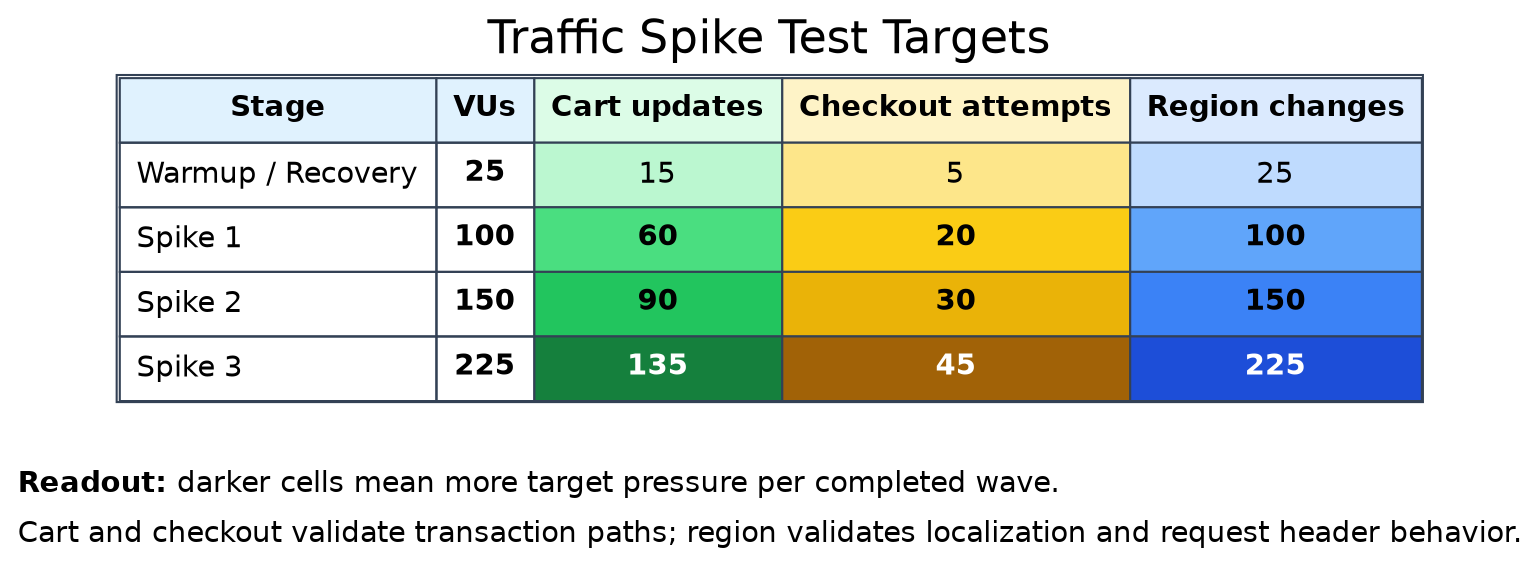
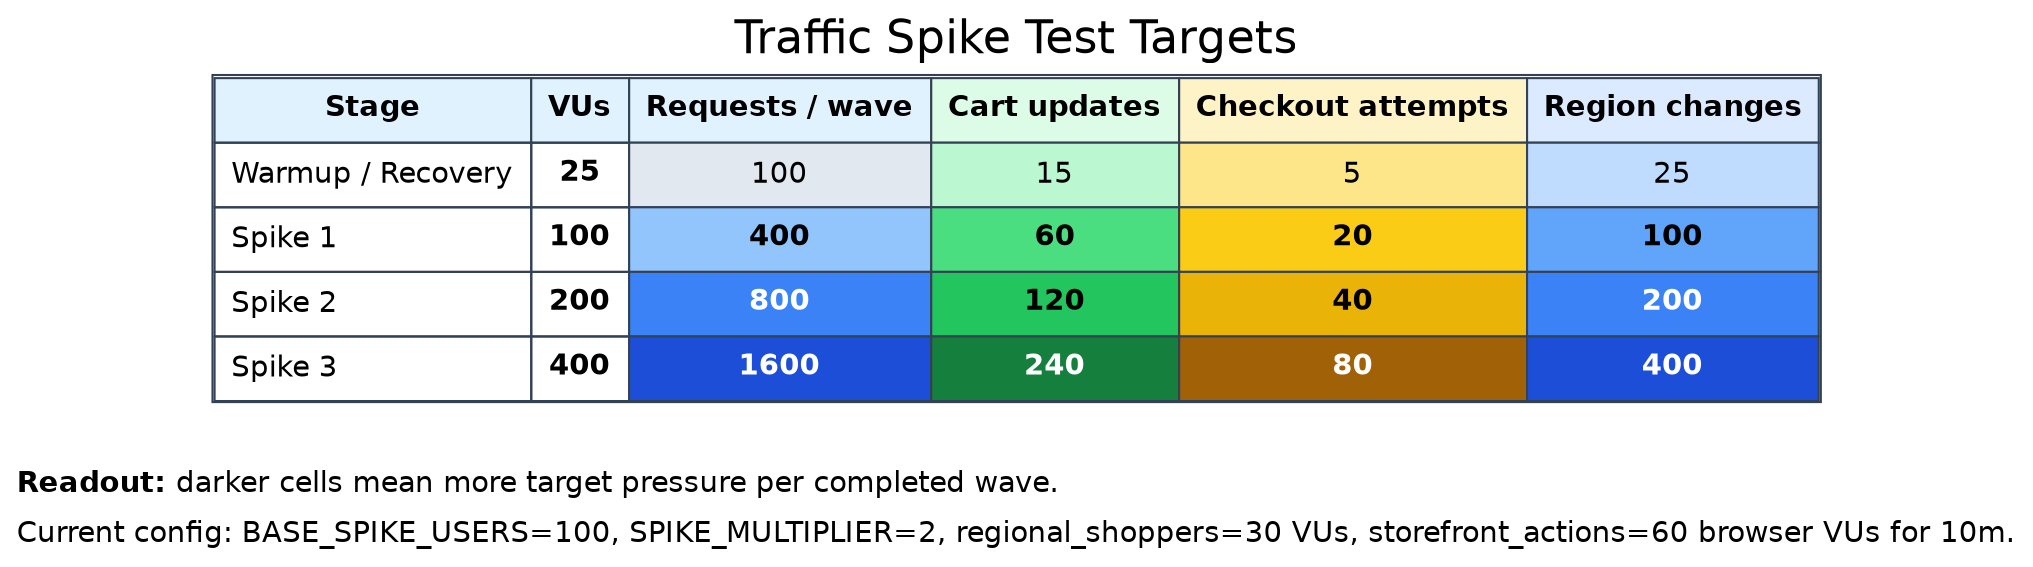
digraph traffic_spike_target_heatmap {
-   graph [
-     rankdir=TB,
-     labelloc=t,
-     label="Traffic Spike Test Targets",
-     fontsize=22,
-     fontname="Helvetica",
-     nodesep=0.35,
-     ranksep=0.4
-   ];
+   graph [rankdir=TB, labelloc=t, label="Traffic Spike Test Targets", fontsize=22, fontname="Helvetica", nodesep=0.35, ranksep=0.4];
+   node [shape=plain, fontname="Helvetica"];
+   edge [style=invis];

-   node [
-     shape=plain,
-     fontname="Helvetica"
-   ];
+   target_heatmap [label=<
+     <TABLE BORDER="1" CELLBORDER="1" CELLSPACING="0" CELLPADDING="7" COLOR="#334155">
+       <TR><TD BGCOLOR="#e0f2fe"><B>Stage</B></TD><TD BGCOLOR="#e0f2fe"><B>VUs</B></TD><TD BGCOLOR="#e0f2fe"><B>Requests / wave</B></TD><TD BGCOLOR="#dcfce7"><B>Cart updates</B></TD><TD BGCOLOR="#fef3c7"><B>Checkout attempts</B></TD><TD BGCOLOR="#dbeafe"><B>Region changes</B></TD></TR>
+       <TR><TD ALIGN="LEFT">Warmup / Recovery</TD><TD><B>25</B></TD><TD BGCOLOR="#e2e8f0">100</TD><TD BGCOLOR="#bbf7d0">15</TD><TD BGCOLOR="#fde68a">5</TD><TD BGCOLOR="#bfdbfe">25</TD></TR>
+       <TR><TD ALIGN="LEFT">Spike 1</TD><TD><B>100</B></TD><TD BGCOLOR="#93c5fd"><B>400</B></TD><TD BGCOLOR="#4ade80"><B>60</B></TD><TD BGCOLOR="#facc15"><B>20</B></TD><TD BGCOLOR="#60a5fa"><B>100</B></TD></TR>
+       <TR><TD ALIGN="LEFT">Spike 2</TD><TD><B>200</B></TD><TD BGCOLOR="#3b82f6"><FONT COLOR="white"><B>800</B></FONT></TD><TD BGCOLOR="#22c55e"><B>120</B></TD><TD BGCOLOR="#eab308"><B>40</B></TD><TD BGCOLOR="#3b82f6"><FONT COLOR="white"><B>200</B></FONT></TD></TR>
+       <TR><TD ALIGN="LEFT">Spike 3</TD><TD><B>400</B></TD><TD BGCOLOR="#1d4ed8"><FONT COLOR="white"><B>1600</B></FONT></TD><TD BGCOLOR="#15803d"><FONT COLOR="white"><B>240</B></FONT></TD><TD BGCOLOR="#a16207"><FONT COLOR="white"><B>80</B></FONT></TD><TD BGCOLOR="#1d4ed8"><FONT COLOR="white"><B>400</B></FONT></TD></TR>
+     </TABLE>
+   >];

-   edge [
-     style=invis
-   ];
- 
-   target_heatmap [
-     label=<
-       <TABLE BORDER="1" CELLBORDER="1" CELLSPACING="0" CELLPADDING="7" COLOR="#334155">
-         <TR>
-           <TD BGCOLOR="#e0f2fe"><B>Stage</B></TD>
-           <TD BGCOLOR="#e0f2fe"><B>VUs</B></TD>
-           <TD BGCOLOR="#dcfce7"><B>Cart updates</B></TD>
-           <TD BGCOLOR="#fef3c7"><B>Checkout attempts</B></TD>
-           <TD BGCOLOR="#dbeafe"><B>Region changes</B></TD>
-         </TR>
-         <TR>
-           <TD ALIGN="LEFT">Warmup / Recovery</TD>
-           <TD><B>25</B></TD>
-           <TD BGCOLOR="#bbf7d0">15</TD>
-           <TD BGCOLOR="#fde68a">5</TD>
-           <TD BGCOLOR="#bfdbfe">25</TD>
-         </TR>
-         <TR>
-           <TD ALIGN="LEFT">Spike 1</TD>
-           <TD><B>100</B></TD>
-           <TD BGCOLOR="#4ade80"><B>60</B></TD>
-           <TD BGCOLOR="#facc15"><B>20</B></TD>
-           <TD BGCOLOR="#60a5fa"><B>100</B></TD>
-         </TR>
-         <TR>
-           <TD ALIGN="LEFT">Spike 2</TD>
-           <TD><B>150</B></TD>
-           <TD BGCOLOR="#22c55e"><B>90</B></TD>
-           <TD BGCOLOR="#eab308"><B>30</B></TD>
-           <TD BGCOLOR="#3b82f6"><B>150</B></TD>
-         </TR>
-         <TR>
-           <TD ALIGN="LEFT">Spike 3</TD>
-           <TD><B>225</B></TD>
-           <TD BGCOLOR="#15803d"><FONT COLOR="white"><B>135</B></FONT></TD>
-           <TD BGCOLOR="#a16207"><FONT COLOR="white"><B>45</B></FONT></TD>
-           <TD BGCOLOR="#1d4ed8"><FONT COLOR="white"><B>225</B></FONT></TD>
-         </TR>
-       </TABLE>
-     >
-   ];
- 
-   target_note [
-     label=<
-       <TABLE BORDER="0" CELLBORDER="0" CELLSPACING="0" CELLPADDING="4">
-         <TR><TD ALIGN="LEFT"><B>Readout:</B> darker cells mean more target pressure per completed wave.</TD></TR>
-         <TR><TD ALIGN="LEFT">Cart and checkout validate transaction paths; region validates localization and request header behavior.</TD></TR>
-       </TABLE>
-     >
-   ];
+   target_note [label=<
+     <TABLE BORDER="0" CELLBORDER="0" CELLSPACING="0" CELLPADDING="4">
+       <TR><TD ALIGN="LEFT"><B>Readout:</B> darker cells mean more target pressure per completed wave.</TD></TR>
+       <TR><TD ALIGN="LEFT">Current config: BASE_SPIKE_USERS=100, SPIKE_MULTIPLIER=2, regional_shoppers=30 VUs, storefront_actions=60 browser VUs for 10m.</TD></TR>
+     </TABLE>
+   >];

  target_heatmap -> target_note;
}
+ 
